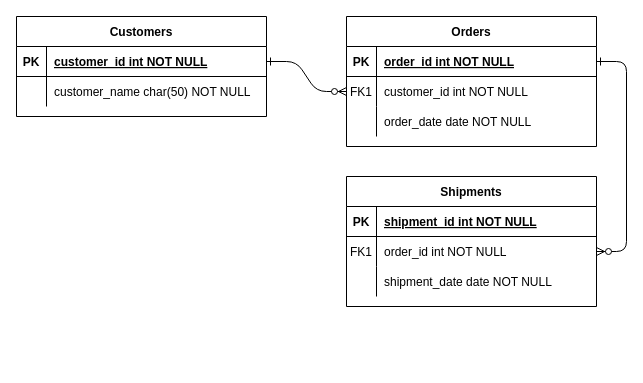
Above: Untitled Diagram.drawio in 4GeeksAcademy/mlinhho-exercise-starwars-data-modeling (draw.io), before the change. Source tidied: cells renumbered, new cells numbered last; positions are measured from the earlier drawing's top-left corner, leaving out a move shared by most shapes. Both pictures are drawn from the tidied source at 100%, with x=0, y=0 at pixel (16, 16).
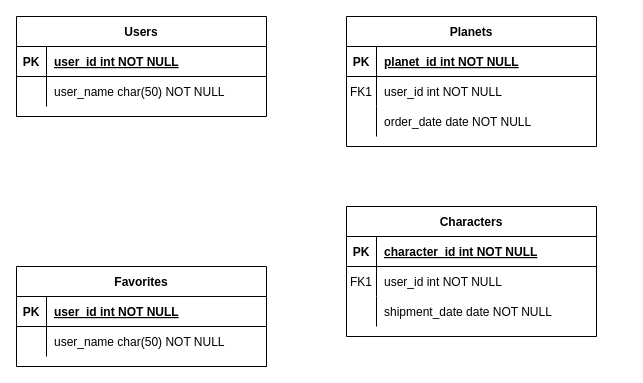
After the change.

Commit message:
Star Wars Diagram.drawio

Unchanged cells that the change refers to:
```xml
<mxCell id="5" style="shape=partialRectangle;fillColor=none;points=[[0,0.5],[1,0.5]];portConstraint=eastwest;top=0;left=0;right=0;bottom=1;" parent="4" vertex="1">
  <mxGeometry y="30" width="250" height="30" as="geometry" />
</mxCell>
<mxCell id="8" style="shape=partialRectangle;fillColor=none;points=[[0,0.5],[1,0.5]];portConstraint=eastwest;top=0;left=0;right=0;bottom=0;" parent="4" vertex="1">
  <mxGeometry y="60" width="250" height="30" as="geometry" />
</mxCell>
<mxCell id="15" style="shape=partialRectangle;fillColor=none;top=0;left=0;right=0;bottom=1;" parent="14" vertex="1">
  <mxGeometry y="30" width="250" height="30" as="geometry" />
</mxCell>
<mxCell id="18" style="shape=partialRectangle;fillColor=none;points=[[0,0.5],[1,0.5]];portConstraint=eastwest;top=0;left=0;right=0;bottom=0;" parent="14" vertex="1">
  <mxGeometry y="60" width="250" height="30" as="geometry" />
</mxCell>
<mxCell id="25" style="shape=partialRectangle;fillColor=none;points=[[0,0.5],[1,0.5]];portConstraint=eastwest;top=0;left=0;right=0;bottom=1;" parent="24" vertex="1">
  <mxGeometry y="30" width="250" height="30" as="geometry" />
</mxCell>
<mxCell id="28" style="shape=partialRectangle;fillColor=none;top=0;left=0;right=0;bottom=0;" parent="24" vertex="1">
  <mxGeometry y="60" width="250" height="30" as="geometry" />
</mxCell>
```

Diff of the diagram source:
```diff
@@
-    <mxCell id="2" style="edgeStyle=entityRelationEdgeStyle;endArrow=ERzeroToMany;startArrow=ERone;endFill=1;startFill=0;" parent="1" edge="1" source="25" target="8">
-      <mxGeometry relative="1" as="geometry" />
-    </mxCell>
-    <mxCell id="3" style="edgeStyle=entityRelationEdgeStyle;endArrow=ERzeroToMany;startArrow=ERone;endFill=1;startFill=0;" parent="1" edge="1" source="5" target="18">
-      <mxGeometry relative="1" as="geometry" />
-    </mxCell>
-    <mxCell id="4" value="Orders" style="shape=table;startSize=30;childLayout=tableLayout;rowLines=0;fontStyle=1;align=center;" parent="1" vertex="1">
+    <mxCell id="4" value="Planets" style="shape=table;startSize=30;childLayout=tableLayout;rowLines=0;fontStyle=1;align=center;" parent="1" vertex="1">
       <mxGeometry x="330" width="250" height="130" as="geometry" />
     </mxCell>
@@
-    <mxCell id="7" value="order_id int NOT NULL " style="shape=partialRectangle;overflow=hidden;fillColor=none;top=0;left=0;bottom=0;right=0;align=left;spacingLeft=6;fontStyle=5;" parent="5" vertex="1">
+    <mxCell id="7" value="planet_id int NOT NULL " style="shape=partialRectangle;overflow=hidden;fillColor=none;top=0;left=0;bottom=0;right=0;align=left;spacingLeft=6;fontStyle=5;" parent="5" vertex="1">
       <mxGeometry x="30" width="220" height="30" as="geometry" />
     </mxCell>
@@
-    <mxCell id="10" value="customer_id int NOT NULL" style="shape=partialRectangle;overflow=hidden;fillColor=none;top=0;left=0;bottom=0;right=0;align=left;spacingLeft=6;" parent="8" vertex="1">
+    <mxCell id="10" value="user_id int NOT NULL" style="shape=partialRectangle;overflow=hidden;fillColor=none;top=0;left=0;bottom=0;right=0;align=left;spacingLeft=6;" parent="8" vertex="1">
       <mxGeometry x="30" width="220" height="30" as="geometry" />
     </mxCell>
@@
-    <mxCell id="14" value="Shipments" style="shape=table;startSize=30;childLayout=tableLayout;rowLines=0;fontStyle=1;align=center;" parent="1" vertex="1">
-      <mxGeometry x="330" y="160" width="250" height="130" as="geometry" />
+    <mxCell id="14" value="Characters" style="shape=table;startSize=30;childLayout=tableLayout;rowLines=0;fontStyle=1;align=center;" parent="1" vertex="1">
+      <mxGeometry x="330" y="190" width="250" height="130" as="geometry" />
     </mxCell>
@@
-    <mxCell id="17" value="shipment_id int NOT NULL " style="shape=partialRectangle;overflow=hidden;fillColor=none;top=0;left=0;bottom=0;right=0;align=left;spacingLeft=6;fontStyle=5;" parent="15" vertex="1">
+    <mxCell id="17" value="character_id int NOT NULL " style="shape=partialRectangle;overflow=hidden;fillColor=none;top=0;left=0;bottom=0;right=0;align=left;spacingLeft=6;fontStyle=5;" parent="15" vertex="1">
       <mxGeometry x="30" width="220" height="30" as="geometry" />
     </mxCell>
@@
-    <mxCell id="20" value="order_id int NOT NULL" style="shape=partialRectangle;overflow=hidden;fillColor=none;top=0;left=0;bottom=0;right=0;align=left;spacingLeft=6;" parent="18" vertex="1">
+    <mxCell id="20" value="user_id int NOT NULL" style="shape=partialRectangle;overflow=hidden;fillColor=none;top=0;left=0;bottom=0;right=0;align=left;spacingLeft=6;" parent="18" vertex="1">
       <mxGeometry x="30" width="220" height="30" as="geometry" />
     </mxCell>
@@
-    <mxCell id="24" value="Customers" style="shape=table;startSize=30;childLayout=tableLayout;rowLines=0;fontStyle=1;align=center;" parent="1" vertex="1">
+    <mxCell id="24" value="Users" style="shape=table;startSize=30;childLayout=tableLayout;rowLines=0;fontStyle=1;align=center;swimlaneLine=1;" parent="1" vertex="1">
       <mxGeometry width="250" height="100" as="geometry" />
     </mxCell>
@@
-    <mxCell id="27" value="customer_id int NOT NULL " style="shape=partialRectangle;overflow=hidden;fillColor=none;top=0;left=0;bottom=0;right=0;align=left;spacingLeft=6;fontStyle=5;" parent="25" vertex="1">
+    <mxCell id="27" value="user_id int NOT NULL " style="shape=partialRectangle;overflow=hidden;fillColor=none;top=0;left=0;bottom=0;right=0;align=left;spacingLeft=6;fontStyle=5;" parent="25" vertex="1">
       <mxGeometry x="30" width="220" height="30" as="geometry" />
     </mxCell>
@@
-    <mxCell id="30" value="customer_name char(50) NOT NULL" style="shape=partialRectangle;overflow=hidden;fillColor=none;top=0;left=0;bottom=0;right=0;align=left;spacingLeft=6;" parent="28" vertex="1">
+    <mxCell id="30" value="user_name char(50) NOT NULL" style="shape=partialRectangle;overflow=hidden;fillColor=none;top=0;left=0;bottom=0;right=0;align=left;spacingLeft=6;" parent="28" vertex="1">
       <mxGeometry x="30" width="220" height="30" as="geometry" />
     </mxCell>
+    <mxCell id="31" value="Favorites" style="shape=table;startSize=30;childLayout=tableLayout;rowLines=0;fontStyle=1;align=center;" parent="1" vertex="1">
+      <mxGeometry y="250" width="250" height="100" as="geometry" />
+    </mxCell>
+    <mxCell id="32" style="shape=partialRectangle;fillColor=none;top=0;left=0;right=0;bottom=1;" parent="31" vertex="1">
+      <mxGeometry y="30" width="250" height="30" as="geometry" />
+    </mxCell>
+    <mxCell id="33" value="PK" style="shape=partialRectangle;overflow=hidden;fillColor=none;top=0;left=0;bottom=0;right=0;fontStyle=1;" parent="32" vertex="1">
+      <mxGeometry width="30" height="30" as="geometry" />
+    </mxCell>
+    <mxCell id="34" value="user_id int NOT NULL " style="shape=partialRectangle;overflow=hidden;fillColor=none;top=0;left=0;bottom=0;right=0;align=left;spacingLeft=6;fontStyle=5;" parent="32" vertex="1">
+      <mxGeometry x="30" width="220" height="30" as="geometry" />
+    </mxCell>
+    <mxCell id="35" style="shape=partialRectangle;fillColor=none;top=0;left=0;right=0;bottom=0;" parent="31" vertex="1">
+      <mxGeometry y="60" width="250" height="30" as="geometry" />
+    </mxCell>
+    <mxCell id="36" style="shape=partialRectangle;overflow=hidden;fillColor=none;top=0;left=0;bottom=0;right=0;" parent="35" vertex="1">
+      <mxGeometry width="30" height="30" as="geometry" />
+    </mxCell>
+    <mxCell id="37" value="user_name char(50) NOT NULL" style="shape=partialRectangle;overflow=hidden;fillColor=none;top=0;left=0;bottom=0;right=0;align=left;spacingLeft=6;" parent="35" vertex="1">
+      <mxGeometry x="30" width="220" height="30" as="geometry" />
+    </mxCell>
```
